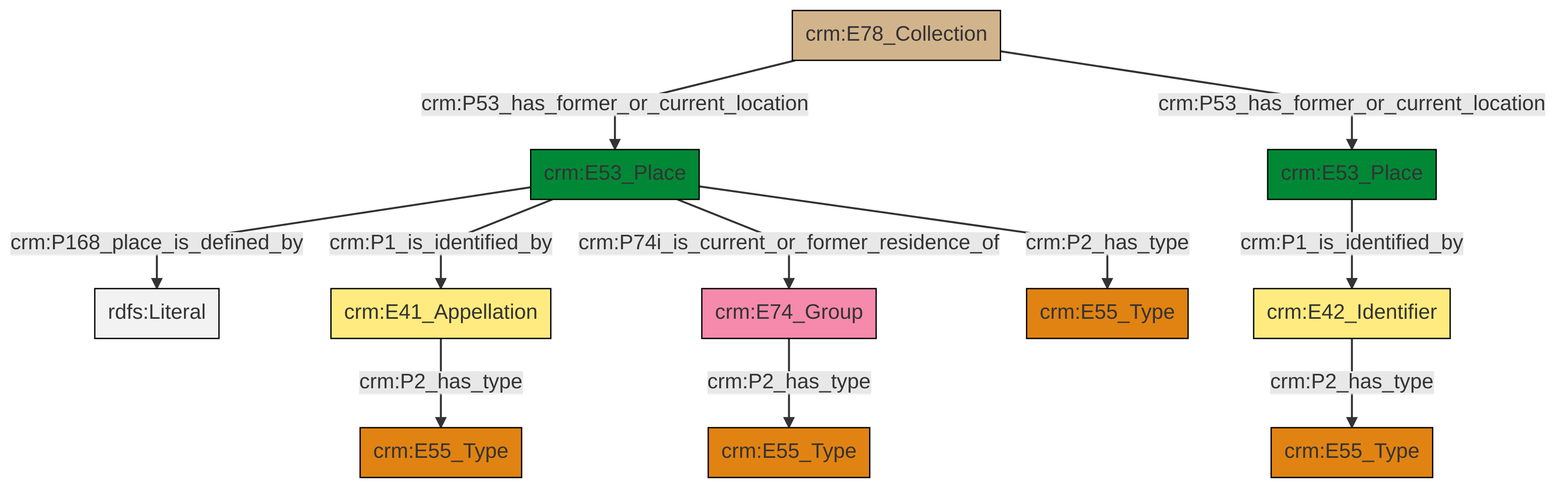
swiss-art-research-net/docs.swissartresearch keeps this Mermaid diagram as et/archivalCSV/ttl/mmd/png/archival_location.png. Above is the earlier version. Its source is kept beside it as et/archivalCSV/ttl/mmd/archival_location.ttl.mmd.
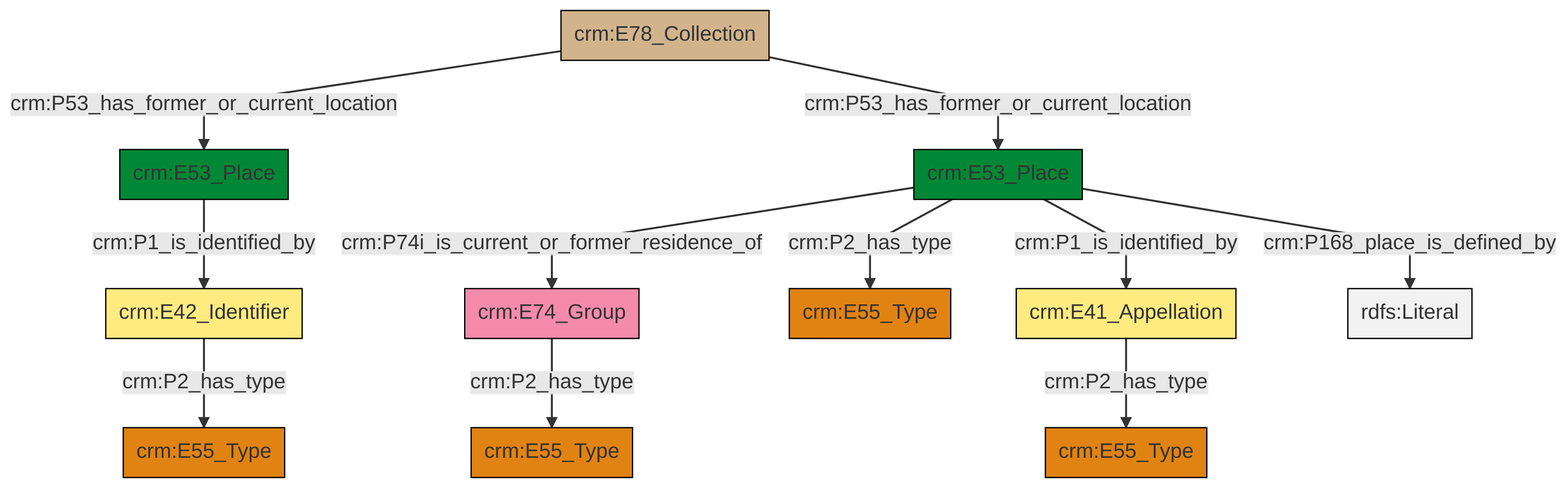
Later version of the same file.

The edit, as a diff of the source:
```diff
@@ -13,13 +13,13 @@
 classDef PC_Classes fill:#4ce600, stroke:#000000;
 classDef Multi fill:#cccccc,stroke:#000000;
 
-2["crm:E53_Place"]:::Place -->|crm:P168_place_is_defined_by| 3[rdfs:Literal]:::Literal
-2["crm:E53_Place"]:::Place -->|crm:P1_is_identified_by| 4["crm:E41_Appellation"]:::Appellation
-2["crm:E53_Place"]:::Place -->|crm:P74i_is_current_or_former_residence_of| 10["crm:E74_Group"]:::Actor
-13["crm:E78_Collection"]:::Physical_Thing -->|crm:P53_has_former_or_current_location| 2["crm:E53_Place"]:::Place
-2["crm:E53_Place"]:::Place -->|crm:P2_has_type| 16["crm:E55_Type"]:::Type
-10["crm:E74_Group"]:::Actor -->|crm:P2_has_type| 8["crm:E55_Type"]:::Type
-6["crm:E42_Identifier"]:::Appellation -->|crm:P2_has_type| 0["crm:E55_Type"]:::Type
-20["crm:E53_Place"]:::Place -->|crm:P1_is_identified_by| 6["crm:E42_Identifier"]:::Appellation
-4["crm:E41_Appellation"]:::Appellation -->|crm:P2_has_type| 11["crm:E55_Type"]:::Type
-13["crm:E78_Collection"]:::Physical_Thing -->|crm:P53_has_former_or_current_location| 20["crm:E53_Place"]:::Place
+4["crm:E53_Place"]:::Place -->|crm:P1_is_identified_by| 5["crm:E42_Identifier"]:::Appellation
+6["crm:E78_Collection"]:::Physical_Thing -->|crm:P53_has_former_or_current_location| 4["crm:E53_Place"]:::Place
+2["crm:E41_Appellation"]:::Appellation -->|crm:P2_has_type| 0["crm:E55_Type"]:::Type
+12["crm:E53_Place"]:::Place -->|crm:P74i_is_current_or_former_residence_of| 13["crm:E74_Group"]:::Actor
+12["crm:E53_Place"]:::Place -->|crm:P168_place_is_defined_by| 18[rdfs:Literal]:::Literal
+13["crm:E74_Group"]:::Actor -->|crm:P2_has_type| 16["crm:E55_Type"]:::Type
+12["crm:E53_Place"]:::Place -->|crm:P2_has_type| 7["crm:E55_Type"]:::Type
+5["crm:E42_Identifier"]:::Appellation -->|crm:P2_has_type| 9["crm:E55_Type"]:::Type
+12["crm:E53_Place"]:::Place -->|crm:P1_is_identified_by| 2["crm:E41_Appellation"]:::Appellation
+6["crm:E78_Collection"]:::Physical_Thing -->|crm:P53_has_former_or_current_location| 12["crm:E53_Place"]:::Place
```
